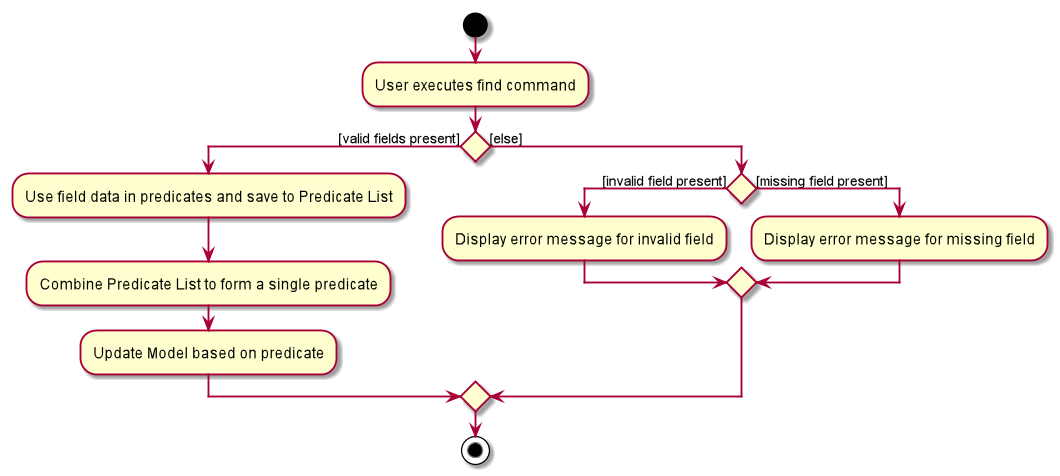
Before: docs/images/FindActivityDiagram.png, a diagram exported from PlantUML (nus-cs2103-AY1920S1/addressbook-level3).
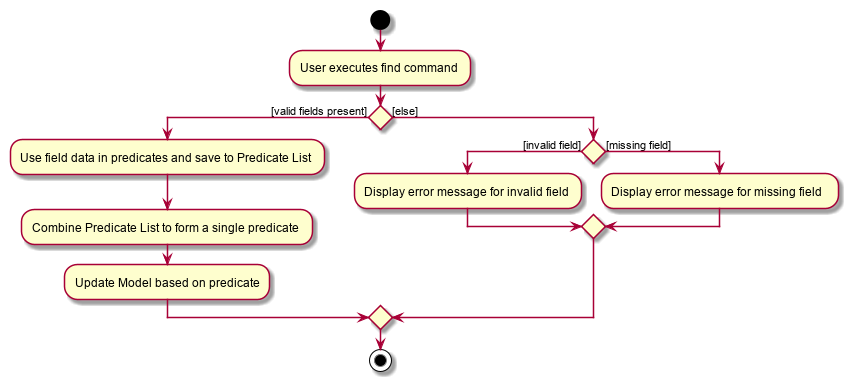
The same file after the commit.

Commit message:
Address UG and DG changes and fix find and sort diagrams

What changed in the source:
```diff
@@ -8,9 +8,9 @@
     :Combine Predicate List to form a single predicate;
     :Update Model based on predicate;
 else ([else])
- if () then([invalid field present])
+ if () then([invalid field])
     :Display error message for invalid field;
- else ([missing field present])
+ else ([missing field])
     :Display error message for missing field;
  endif
 endif
```
